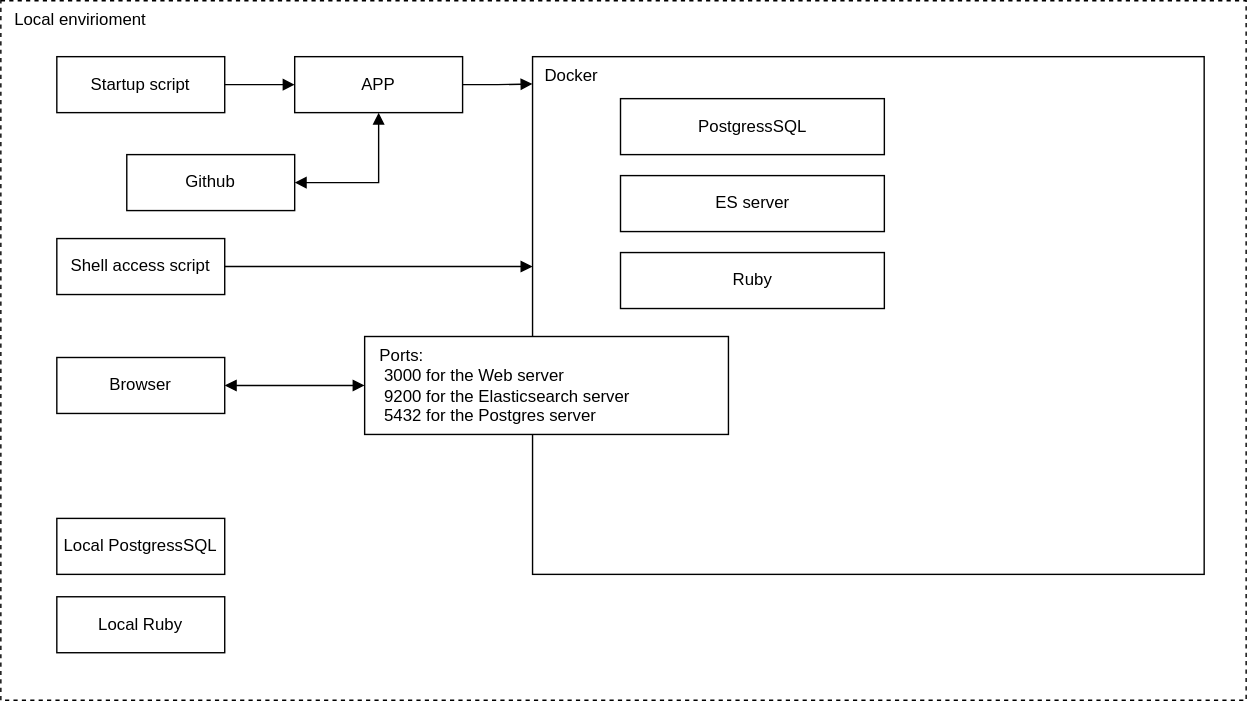
Above: Dev safecast docker setup.svg in Safecast/safecastapi (draw.io), before the change. Source tidied: cells renumbered, new cells last; positions are measured from the earlier drawing's top-left corner, leaving out a move shared by most shapes. Its diagram source:
```xml
<mxGraphModel>
  <root>
    <mxCell id="0" />
    <mxCell id="1" parent="0" />
    <mxCell id="2" value="Local envirioment" style="rounded=0;whiteSpace=wrap;html=1;fillColor=none;dashed=1;align=left;verticalAlign=top;spacingLeft=8;" parent="1" vertex="1">
      <mxGeometry width="890" height="500" as="geometry" />
    </mxCell>
    <mxCell id="3" value="Docker" parent="0" />
    <mxCell id="4" value="APP" style="rounded=0;whiteSpace=wrap;html=1;fillColor=none;align=center;" parent="3" vertex="1">
      <mxGeometry x="210" y="40" width="120" height="40" as="geometry" />
    </mxCell>
    <mxCell id="5" style="edgeStyle=orthogonalEdgeStyle;rounded=0;jettySize=auto;html=1;exitX=1;exitY=0.5;exitDx=0;exitDy=0;entryX=0.5;entryY=1;entryDx=0;entryDy=0;startArrow=block;startFill=1;endArrow=block;endFill=1;" parent="3" edge="1" source="6" target="4">
      <mxGeometry relative="1" as="geometry" />
    </mxCell>
    <mxCell id="6" value="Github" style="rounded=0;whiteSpace=wrap;html=1;fillColor=none;align=center;" parent="3" vertex="1">
      <mxGeometry x="90" y="110" width="120" height="40" as="geometry" />
    </mxCell>
    <mxCell id="7" style="group;" parent="3" vertex="1">
      <mxGeometry x="380" y="40" width="480" height="410" as="geometry" />
    </mxCell>
    <mxCell id="8" value="Docker" style="rounded=0;whiteSpace=wrap;html=1;fillColor=none;align=left;verticalAlign=top;spacingLeft=7;" parent="7" vertex="1">
      <mxGeometry width="480" height="370" as="geometry" />
    </mxCell>
    <mxCell id="9" value="PostgressSQL" style="rounded=0;whiteSpace=wrap;html=1;fillColor=none;align=center;" parent="7" vertex="1">
      <mxGeometry x="62.9" y="30" width="188.6" height="40" as="geometry" />
    </mxCell>
    <mxCell id="10" value="ES server" style="rounded=0;whiteSpace=wrap;html=1;fillColor=none;align=center;" parent="7" vertex="1">
      <mxGeometry x="62.9" y="85" width="188.6" height="40" as="geometry" />
    </mxCell>
    <mxCell id="11" value="Ruby" style="rounded=0;whiteSpace=wrap;html=1;fillColor=none;align=center;" parent="7" vertex="1">
      <mxGeometry x="62.9" y="140" width="188.6" height="40" as="geometry" />
    </mxCell>
    <mxCell id="12" value="&lt;div&gt;&lt;font style=&quot;font-size: 12px&quot;&gt;Ports:&lt;/font&gt;&lt;/div&gt;&lt;div&gt;&lt;font style=&quot;font-size: 12px&quot;&gt;&amp;nbsp;3000 for the Web server&lt;/font&gt;&lt;/div&gt;&lt;div&gt;&lt;font style=&quot;font-size: 12px&quot;&gt;&amp;nbsp;9200 for the Elasticsearch server&lt;/font&gt;&lt;/div&gt;&lt;div&gt;&lt;font style=&quot;font-size: 12px&quot;&gt;&amp;nbsp;5432 for the Postgres server&lt;/font&gt;&lt;/div&gt;" style="rounded=0;whiteSpace=wrap;html=1;align=left;spacingLeft=9;labelBackgroundColor=none;fillColor=#FFFFFF;" parent="7" vertex="1">
      <mxGeometry x="-120" y="200" width="260" height="70" as="geometry" />
    </mxCell>
    <mxCell id="13" style="edgeStyle=orthogonalEdgeStyle;rounded=0;jettySize=auto;html=1;exitX=1;exitY=0.5;exitDx=0;exitDy=0;endArrow=block;endFill=1;" parent="3" edge="1" source="14">
      <mxGeometry relative="1" as="geometry">
        <mxPoint x="210" y="60" as="targetPoint" />
      </mxGeometry>
    </mxCell>
    <mxCell id="14" value="Startup script" style="rounded=0;whiteSpace=wrap;html=1;fillColor=none;align=center;" parent="3" vertex="1">
      <mxGeometry x="40" y="40" width="120" height="40" as="geometry" />
    </mxCell>
    <mxCell id="15" value="Shell access script" style="rounded=0;whiteSpace=wrap;html=1;fillColor=none;align=center;" parent="3" vertex="1">
      <mxGeometry x="40" y="170" width="120" height="40" as="geometry" />
    </mxCell>
    <mxCell id="16" style="edgeStyle=orthogonalEdgeStyle;rounded=0;jettySize=auto;html=1;exitX=1;exitY=0.5;exitDx=0;exitDy=0;entryX=0;entryY=0.087;entryDx=0;entryDy=0;entryPerimeter=0;endArrow=block;endFill=1;" parent="3" edge="1" source="15">
      <mxGeometry relative="1" as="geometry">
        <mxPoint x="380" y="190" as="targetPoint" />
      </mxGeometry>
    </mxCell>
    <mxCell id="17" value="Local PostgressSQL" style="rounded=0;whiteSpace=wrap;html=1;fillColor=none;align=center;" parent="3" vertex="1">
      <mxGeometry x="40" y="370" width="120" height="40" as="geometry" />
    </mxCell>
    <mxCell id="18" value="Local Ruby" style="rounded=0;whiteSpace=wrap;html=1;fillColor=none;align=center;" parent="3" vertex="1">
      <mxGeometry x="40" y="426" width="120" height="40" as="geometry" />
    </mxCell>
    <mxCell id="19" style="edgeStyle=orthogonalEdgeStyle;rounded=0;jettySize=auto;html=1;exitX=1;exitY=0.5;exitDx=0;exitDy=0;startArrow=block;startFill=1;endArrow=block;endFill=1;" parent="3" edge="1" source="20" target="12">
      <mxGeometry relative="1" as="geometry" />
    </mxCell>
    <mxCell id="20" value="Browser" style="rounded=0;whiteSpace=wrap;html=1;fillColor=none;align=center;" parent="3" vertex="1">
      <mxGeometry x="40" y="255" width="120" height="40" as="geometry" />
    </mxCell>
    <mxCell id="21" style="edgeStyle=orthogonalEdgeStyle;rounded=0;jettySize=auto;html=1;exitX=1;exitY=0.5;exitDx=0;exitDy=0;startArrow=none;startFill=0;endArrow=block;endFill=1;" parent="3" edge="1" source="4">
      <mxGeometry relative="1" as="geometry">
        <mxPoint x="380" y="59.5" as="targetPoint" />
      </mxGeometry>
    </mxCell>
  </root>
</mxGraphModel>
```
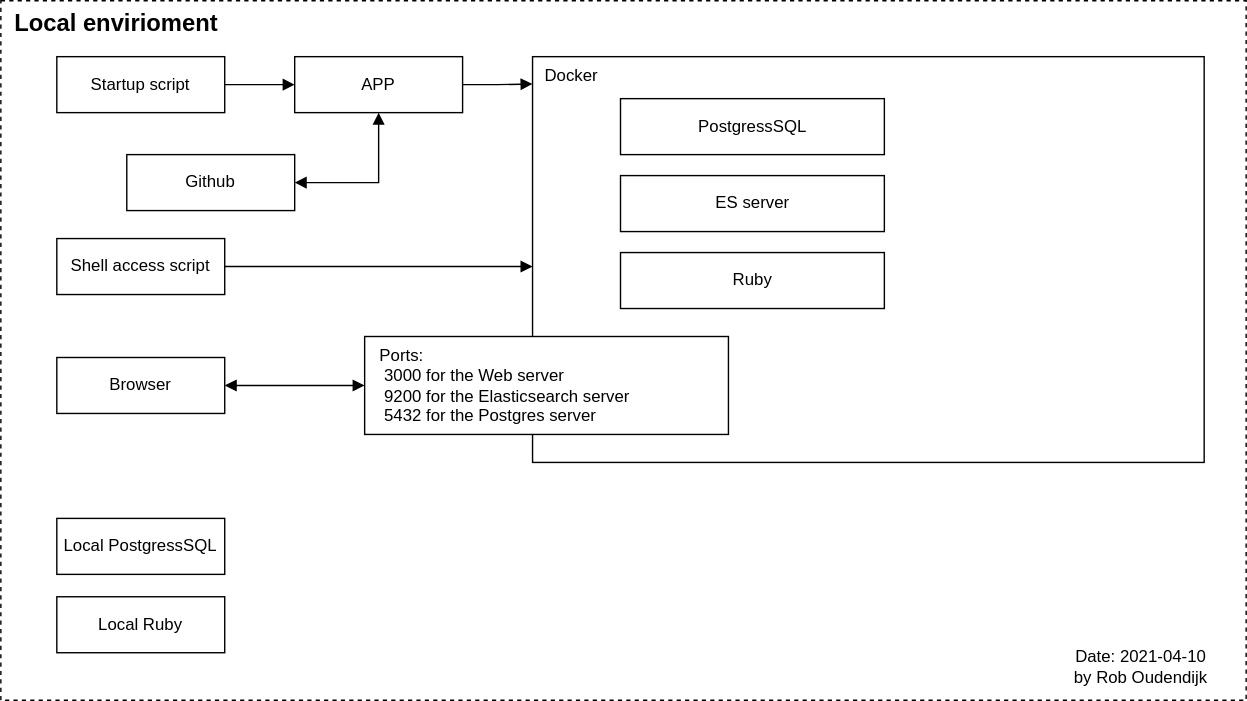
After the commit.

Commit message:
updated block dev docke diagram

Change to the diagram source:
```diff
@@ -2,7 +2,7 @@
   <root>
     <mxCell id="0" />
     <mxCell id="1" parent="0" />
-    <mxCell id="2" value="Local envirioment" style="rounded=0;whiteSpace=wrap;html=1;fillColor=none;dashed=1;align=left;verticalAlign=top;spacingLeft=8;" parent="1" vertex="1">
+    <mxCell id="2" value="&lt;font style=&quot;font-size: 17px&quot;&gt;&lt;b&gt;Local envirioment&lt;/b&gt;&lt;/font&gt;" style="rounded=0;whiteSpace=wrap;html=1;fillColor=none;dashed=1;align=left;verticalAlign=top;spacingLeft=8;" parent="1" vertex="1">
       <mxGeometry width="890" height="500" as="geometry" />
     </mxCell>
     <mxCell id="3" value="Docker" parent="0" />
@@ -19,7 +19,7 @@
       <mxGeometry x="380" y="40" width="480" height="410" as="geometry" />
     </mxCell>
     <mxCell id="8" value="Docker" style="rounded=0;whiteSpace=wrap;html=1;fillColor=none;align=left;verticalAlign=top;spacingLeft=7;" parent="7" vertex="1">
-      <mxGeometry width="480" height="370" as="geometry" />
+      <mxGeometry width="480" height="290" as="geometry" />
     </mxCell>
     <mxCell id="9" value="PostgressSQL" style="rounded=0;whiteSpace=wrap;html=1;fillColor=none;align=center;" parent="7" vertex="1">
       <mxGeometry x="62.9" y="30" width="188.6" height="40" as="geometry" />
@@ -33,6 +33,9 @@
     <mxCell id="12" value="&lt;div&gt;&lt;font style=&quot;font-size: 12px&quot;&gt;Ports:&lt;/font&gt;&lt;/div&gt;&lt;div&gt;&lt;font style=&quot;font-size: 12px&quot;&gt;&amp;nbsp;3000 for the Web server&lt;/font&gt;&lt;/div&gt;&lt;div&gt;&lt;font style=&quot;font-size: 12px&quot;&gt;&amp;nbsp;9200 for the Elasticsearch server&lt;/font&gt;&lt;/div&gt;&lt;div&gt;&lt;font style=&quot;font-size: 12px&quot;&gt;&amp;nbsp;5432 for the Postgres server&lt;/font&gt;&lt;/div&gt;" style="rounded=0;whiteSpace=wrap;html=1;align=left;spacingLeft=9;labelBackgroundColor=none;fillColor=#FFFFFF;" parent="7" vertex="1">
       <mxGeometry x="-120" y="200" width="260" height="70" as="geometry" />
     </mxCell>
+    <mxCell id="22" style="edgeStyle=orthogonalEdgeStyle;rounded=0;orthogonalLoop=1;jettySize=auto;html=1;exitX=0.5;exitY=1;exitDx=0;exitDy=0;" parent="7" edge="1" source="8" target="8">
+      <mxGeometry relative="1" as="geometry" />
+    </mxCell>
     <mxCell id="13" style="edgeStyle=orthogonalEdgeStyle;rounded=0;jettySize=auto;html=1;exitX=1;exitY=0.5;exitDx=0;exitDy=0;endArrow=block;endFill=1;" parent="3" edge="1" source="14">
       <mxGeometry relative="1" as="geometry">
         <mxPoint x="210" y="60" as="targetPoint" />
@@ -66,5 +69,8 @@
         <mxPoint x="380" y="59.5" as="targetPoint" />
       </mxGeometry>
     </mxCell>
+    <mxCell id="23" value="Date: 2021-04-10&lt;br&gt;by Rob Oudendijk" style="text;html=1;strokeColor=none;fillColor=none;align=center;verticalAlign=middle;whiteSpace=wrap;rounded=0;" parent="3" vertex="1">
+      <mxGeometry x="750" y="466" width="130" height="20" as="geometry" />
+    </mxCell>
   </root>
 </mxGraphModel>
```
